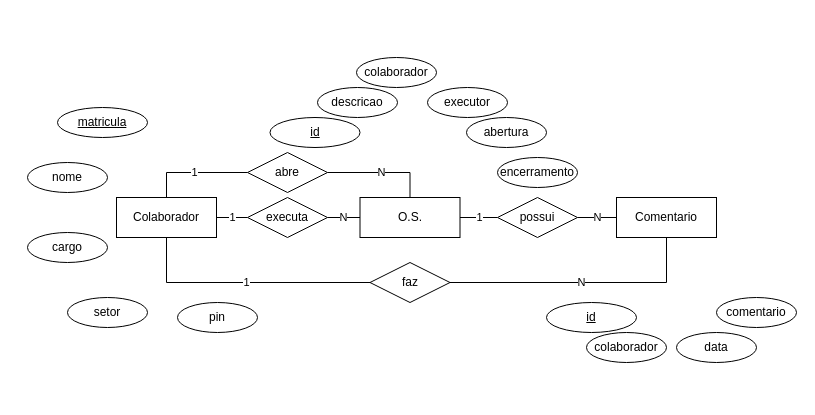
This is 3des/01-proj/aula15/os/docs/der-conceitual.drawio from Kcioban/DSFork, a draw.io file, before an edit. Source tidied: cells renumbered, new cells numbered last; positions are measured from the earlier drawing's top-left corner, leaving out a move shared by most shapes. Both pictures are drawn from the tidied source at 100%, with x=0, y=0 at pixel (27, 57).
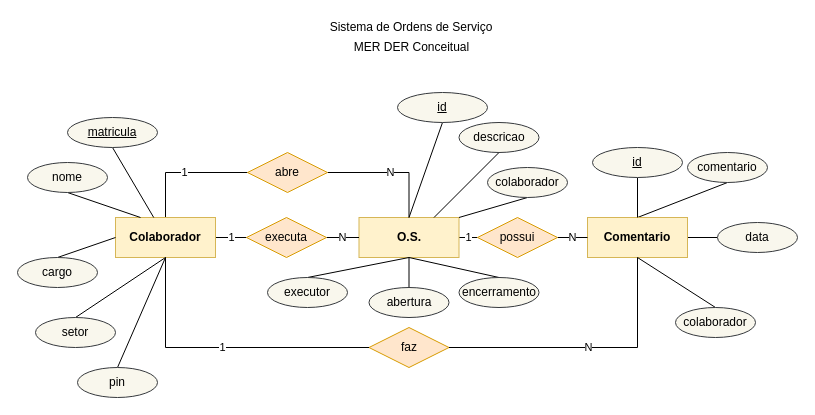
Above is the later version.

The edit, as a diff of the source:
```diff
@@
-    <mxCell id="4" value="Colaborador" style="whiteSpace=wrap;html=1;align=center;" parent="1" vertex="1">
-      <mxGeometry x="89" y="140" width="100" height="40" as="geometry" />
+    <mxCell id="4" value="Colaborador" style="whiteSpace=wrap;html=1;align=center;fillColor=#fff2cc;strokeColor=#d6b656;fontStyle=1;" parent="1" vertex="1">
+      <mxGeometry x="88" y="160" width="100" height="40" as="geometry" />
     </mxCell>
@@
-    <mxCell id="6" value="O.S." style="whiteSpace=wrap;html=1;align=center;" parent="1" vertex="1">
-      <mxGeometry x="332.5" y="140" width="100" height="40" as="geometry" />
+    <mxCell id="6" value="O.S." style="whiteSpace=wrap;html=1;align=center;fillColor=#fff2cc;strokeColor=#d6b656;fontStyle=1;" parent="1" vertex="1">
+      <mxGeometry x="331.5" y="160" width="100" height="40" as="geometry" />
     </mxCell>
+    <mxCell id="33" style="rounded=0;jettySize=auto;html=1;exitX=1;exitY=0.5;exitDx=0;exitDy=0;entryX=0;entryY=0.5;entryDx=0;entryDy=0;endArrow=none;endFill=0;" parent="1" edge="1" source="7" target="16">
+      <mxGeometry relative="1" as="geometry" />
+    </mxCell>
+    <mxCell id="34" style="rounded=0;jettySize=auto;html=1;exitX=0.5;exitY=0;exitDx=0;exitDy=0;entryX=0.5;entryY=1;entryDx=0;entryDy=0;endArrow=none;endFill=0;" parent="1" edge="1" source="7" target="17">
+      <mxGeometry relative="1" as="geometry" />
+    </mxCell>
-    <mxCell id="7" value="Comentario" style="whiteSpace=wrap;html=1;align=center;" parent="1" vertex="1">
-      <mxGeometry x="589" y="140" width="100" height="40" as="geometry" />
+    <mxCell id="7" value="Comentario" style="whiteSpace=wrap;html=1;align=center;fillColor=#fff2cc;strokeColor=#d6b656;fontStyle=1;" parent="1" vertex="1">
+      <mxGeometry x="560" y="160" width="100" height="40" as="geometry" />
     </mxCell>
+    <mxCell id="35" style="rounded=0;jettySize=auto;html=1;exitX=0.5;exitY=1;exitDx=0;exitDy=0;entryX=0.25;entryY=0;entryDx=0;entryDy=0;endArrow=none;endFill=0;" parent="1" edge="1" source="8" target="4">
+      <mxGeometry relative="1" as="geometry" />
+    </mxCell>
-    <mxCell id="8" value="nome" style="ellipse;whiteSpace=wrap;html=1;align=center;" parent="1" vertex="1">
+    <mxCell id="8" value="nome" style="ellipse;whiteSpace=wrap;html=1;align=center;fillColor=#f9f7ed;strokeColor=#36393d;" parent="1" vertex="1">
       <mxGeometry y="105" width="80" height="30" as="geometry" />
     </mxCell>
+    <mxCell id="36" style="rounded=0;jettySize=auto;html=1;exitX=0.5;exitY=1;exitDx=0;exitDy=0;endArrow=none;endFill=0;" parent="1" edge="1" source="9" target="4">
+      <mxGeometry relative="1" as="geometry" />
+    </mxCell>
-    <mxCell id="9" value="matricula" style="ellipse;whiteSpace=wrap;html=1;align=center;fontStyle=4;" parent="1" vertex="1">
-      <mxGeometry x="30" y="50" width="90" height="30" as="geometry" />
+    <mxCell id="9" value="matricula" style="ellipse;whiteSpace=wrap;html=1;align=center;fontStyle=4;fillColor=#f9f7ed;strokeColor=#36393d;" parent="1" vertex="1">
+      <mxGeometry x="40" y="60" width="90" height="30" as="geometry" />
     </mxCell>
+    <mxCell id="37" style="rounded=0;jettySize=auto;html=1;exitX=0.5;exitY=0;exitDx=0;exitDy=0;entryX=0;entryY=0.5;entryDx=0;entryDy=0;endArrow=none;endFill=0;" parent="1" edge="1" source="10" target="4">
+      <mxGeometry relative="1" as="geometry" />
+    </mxCell>
-    <mxCell id="10" value="cargo" style="ellipse;whiteSpace=wrap;html=1;align=center;" parent="1" vertex="1">
-      <mxGeometry y="175" width="80" height="30" as="geometry" />
+    <mxCell id="10" value="cargo" style="ellipse;whiteSpace=wrap;html=1;align=center;fillColor=#f9f7ed;strokeColor=#36393d;" parent="1" vertex="1">
+      <mxGeometry x="-10" y="200" width="80" height="30" as="geometry" />
     </mxCell>
@@
+    <mxCell id="38" style="rounded=0;jettySize=auto;html=1;exitX=0.5;exitY=0;exitDx=0;exitDy=0;entryX=0.5;entryY=1;entryDx=0;entryDy=0;endArrow=none;endFill=0;" parent="1" edge="1" source="12" target="4">
+      <mxGeometry relative="1" as="geometry" />
+    </mxCell>
-    <mxCell id="12" value="setor" style="ellipse;whiteSpace=wrap;html=1;align=center;" parent="1" vertex="1">
-      <mxGeometry x="40" y="240" width="80" height="30" as="geometry" />
+    <mxCell id="12" value="setor" style="ellipse;whiteSpace=wrap;html=1;align=center;fillColor=#f9f7ed;strokeColor=#36393d;" parent="1" vertex="1">
+      <mxGeometry x="8" y="260" width="80" height="30" as="geometry" />
     </mxCell>
+    <mxCell id="39" style="rounded=0;jettySize=auto;html=1;exitX=0.5;exitY=0;exitDx=0;exitDy=0;entryX=0.5;entryY=1;entryDx=0;entryDy=0;endArrow=none;endFill=0;" parent="1" edge="1" source="13" target="4">
+      <mxGeometry relative="1" as="geometry" />
+    </mxCell>
-    <mxCell id="13" value="pin" style="ellipse;whiteSpace=wrap;html=1;align=center;" parent="1" vertex="1">
-      <mxGeometry x="150" y="245" width="80" height="30" as="geometry" />
+    <mxCell id="13" value="pin" style="ellipse;whiteSpace=wrap;html=1;align=center;fillColor=#f9f7ed;strokeColor=#36393d;" parent="1" vertex="1">
+      <mxGeometry x="50" y="310" width="80" height="30" as="geometry" />
     </mxCell>
+    <mxCell id="40" style="rounded=0;jettySize=auto;html=1;exitX=0.5;exitY=0;exitDx=0;exitDy=0;entryX=0.5;entryY=1;entryDx=0;entryDy=0;endArrow=none;endFill=0;" parent="1" edge="1" source="14" target="7">
+      <mxGeometry relative="1" as="geometry" />
+    </mxCell>
-    <mxCell id="14" value="colaborador" style="ellipse;whiteSpace=wrap;html=1;align=center;" parent="1" vertex="1">
-      <mxGeometry x="559" y="275" width="80" height="30" as="geometry" />
+    <mxCell id="14" value="colaborador" style="ellipse;whiteSpace=wrap;html=1;align=center;fillColor=#f9f7ed;strokeColor=#36393d;" parent="1" vertex="1">
+      <mxGeometry x="648" y="250" width="80" height="30" as="geometry" />
     </mxCell>
+    <mxCell id="41" style="rounded=0;jettySize=auto;html=1;exitX=0.5;exitY=1;exitDx=0;exitDy=0;endArrow=none;endFill=0;" parent="1" edge="1" source="15" target="7">
+      <mxGeometry relative="1" as="geometry" />
+    </mxCell>
-    <mxCell id="15" value="id" style="ellipse;whiteSpace=wrap;html=1;align=center;fontStyle=4;" parent="1" vertex="1">
-      <mxGeometry x="519" y="245" width="90" height="30" as="geometry" />
+    <mxCell id="15" value="id" style="ellipse;whiteSpace=wrap;html=1;align=center;fontStyle=4;fillColor=#f9f7ed;strokeColor=#36393d;" parent="1" vertex="1">
+      <mxGeometry x="565" y="90" width="90" height="30" as="geometry" />
     </mxCell>
-    <mxCell id="16" value="data" style="ellipse;whiteSpace=wrap;html=1;align=center;" parent="1" vertex="1">
-      <mxGeometry x="649" y="275" width="80" height="30" as="geometry" />
+    <mxCell id="16" value="data" style="ellipse;whiteSpace=wrap;html=1;align=center;fillColor=#f9f7ed;strokeColor=#36393d;" parent="1" vertex="1">
+      <mxGeometry x="690" y="165" width="80" height="30" as="geometry" />
     </mxCell>
-    <mxCell id="17" value="comentario" style="ellipse;whiteSpace=wrap;html=1;align=center;" parent="1" vertex="1">
-      <mxGeometry x="689" y="240" width="80" height="30" as="geometry" />
+    <mxCell id="17" value="comentario" style="ellipse;whiteSpace=wrap;html=1;align=center;fillColor=#f9f7ed;strokeColor=#36393d;" parent="1" vertex="1">
+      <mxGeometry x="660" y="95" width="80" height="30" as="geometry" />
     </mxCell>
+    <mxCell id="42" style="rounded=0;jettySize=auto;html=1;exitX=0.5;exitY=1;exitDx=0;exitDy=0;entryX=0.5;entryY=0;entryDx=0;entryDy=0;endArrow=none;endFill=0;" parent="1" edge="1" source="18" target="6">
+      <mxGeometry relative="1" as="geometry" />
+    </mxCell>
-    <mxCell id="18" value="id" style="ellipse;whiteSpace=wrap;html=1;align=center;fontStyle=4;" parent="1" vertex="1">
-      <mxGeometry x="242.5" y="60" width="90" height="30" as="geometry" />
+    <mxCell id="18" value="id" style="ellipse;whiteSpace=wrap;html=1;align=center;fontStyle=4;fillColor=#f9f7ed;strokeColor=#36393d;" parent="1" vertex="1">
+      <mxGeometry x="370" y="35" width="90" height="30" as="geometry" />
     </mxCell>
+    <mxCell id="43" style="rounded=0;jettySize=auto;html=1;exitX=0.5;exitY=1;exitDx=0;exitDy=0;entryX=1;entryY=0;entryDx=0;entryDy=0;endArrow=none;endFill=0;" parent="1" edge="1" source="19" target="6">
+      <mxGeometry relative="1" as="geometry" />
+    </mxCell>
-    <mxCell id="19" value="colaborador" style="ellipse;whiteSpace=wrap;html=1;align=center;" parent="1" vertex="1">
-      <mxGeometry x="329" width="80" height="30" as="geometry" />
+    <mxCell id="19" value="colaborador" style="ellipse;whiteSpace=wrap;html=1;align=center;fillColor=#f9f7ed;strokeColor=#36393d;" parent="1" vertex="1">
+      <mxGeometry x="460" y="110" width="80" height="30" as="geometry" />
     </mxCell>
+    <mxCell id="44" style="rounded=0;jettySize=auto;html=1;exitX=0.5;exitY=0;exitDx=0;exitDy=0;entryX=0.5;entryY=1;entryDx=0;entryDy=0;endArrow=none;endFill=0;" parent="1" edge="1" source="20" target="6">
+      <mxGeometry relative="1" as="geometry" />
+    </mxCell>
-    <mxCell id="20" value="executor" style="ellipse;whiteSpace=wrap;html=1;align=center;" parent="1" vertex="1">
-      <mxGeometry x="400" y="30" width="80" height="30" as="geometry" />
+    <mxCell id="20" value="executor" style="ellipse;whiteSpace=wrap;html=1;align=center;fillColor=#f9f7ed;strokeColor=#36393d;" parent="1" vertex="1">
+      <mxGeometry x="240" y="220" width="80" height="30" as="geometry" />
     </mxCell>
+    <mxCell id="45" style="rounded=0;jettySize=auto;html=1;exitX=0.5;exitY=1;exitDx=0;exitDy=0;entryX=0.75;entryY=0;entryDx=0;entryDy=0;endArrow=none;endFill=0;" parent="1" edge="1" source="21" target="6">
+      <mxGeometry relative="1" as="geometry" />
+    </mxCell>
-    <mxCell id="21" value="descricao" style="ellipse;whiteSpace=wrap;html=1;align=center;" parent="1" vertex="1">
-      <mxGeometry x="290" y="30" width="80" height="30" as="geometry" />
+    <mxCell id="21" value="descricao" style="ellipse;whiteSpace=wrap;html=1;align=center;fillColor=#f9f7ed;strokeColor=#36393d;" parent="1" vertex="1">
+      <mxGeometry x="431.5" y="65" width="80" height="30" as="geometry" />
     </mxCell>
+    <mxCell id="46" style="rounded=0;jettySize=auto;html=1;exitX=0.5;exitY=0;exitDx=0;exitDy=0;entryX=0.5;entryY=1;entryDx=0;entryDy=0;endArrow=none;endFill=0;" parent="1" edge="1" source="22" target="6">
+      <mxGeometry relative="1" as="geometry" />
+    </mxCell>
-    <mxCell id="22" value="abertura" style="ellipse;whiteSpace=wrap;html=1;align=center;" parent="1" vertex="1">
-      <mxGeometry x="439" y="60" width="80" height="30" as="geometry" />
+    <mxCell id="22" value="abertura" style="ellipse;whiteSpace=wrap;html=1;align=center;fillColor=#f9f7ed;strokeColor=#36393d;" parent="1" vertex="1">
+      <mxGeometry x="341.5" y="230" width="80" height="30" as="geometry" />
     </mxCell>
+    <mxCell id="47" style="rounded=0;jettySize=auto;html=1;exitX=0.5;exitY=0;exitDx=0;exitDy=0;endArrow=none;endFill=0;entryX=0.5;entryY=1;entryDx=0;entryDy=0;" parent="1" edge="1" source="23" target="6">
+      <mxGeometry relative="1" as="geometry" />
+    </mxCell>
-    <mxCell id="23" value="encerramento" style="ellipse;whiteSpace=wrap;html=1;align=center;" parent="1" vertex="1">
-      <mxGeometry x="470" y="100" width="80" height="30" as="geometry" />
+    <mxCell id="23" value="encerramento" style="ellipse;whiteSpace=wrap;html=1;align=center;fillColor=#f9f7ed;strokeColor=#36393d;" parent="1" vertex="1">
+      <mxGeometry x="431.5" y="220" width="80" height="30" as="geometry" />
     </mxCell>
@@
-    <mxCell id="25" value="abre" style="shape=rhombus;perimeter=rhombusPerimeter;whiteSpace=wrap;html=1;align=center;" parent="1" vertex="1">
+    <mxCell id="25" value="abre" style="shape=rhombus;perimeter=rhombusPerimeter;whiteSpace=wrap;html=1;align=center;fillColor=#ffe6cc;strokeColor=#d79b00;" parent="1" vertex="1">
       <mxGeometry x="220" y="95" width="80" height="40" as="geometry" />
     </mxCell>
@@
-    <mxCell id="27" value="executa" style="shape=rhombus;perimeter=rhombusPerimeter;whiteSpace=wrap;html=1;align=center;" parent="1" vertex="1">
-      <mxGeometry x="220" y="140" width="80" height="40" as="geometry" />
+    <mxCell id="27" value="executa" style="shape=rhombus;perimeter=rhombusPerimeter;whiteSpace=wrap;html=1;align=center;fillColor=#ffe6cc;strokeColor=#d79b00;" parent="1" vertex="1">
+      <mxGeometry x="219" y="160" width="80" height="40" as="geometry" />
     </mxCell>
@@
-    <mxCell id="30" value="faz" style="shape=rhombus;perimeter=rhombusPerimeter;whiteSpace=wrap;html=1;align=center;" parent="1" vertex="1">
-      <mxGeometry x="342.5" y="205" width="80" height="40" as="geometry" />
+    <mxCell id="30" value="faz" style="shape=rhombus;perimeter=rhombusPerimeter;whiteSpace=wrap;html=1;align=center;fillColor=#ffe6cc;strokeColor=#d79b00;" parent="1" vertex="1">
+      <mxGeometry x="341.5" y="270" width="80" height="40" as="geometry" />
     </mxCell>
@@
-    <mxCell id="32" value="possui" style="shape=rhombus;perimeter=rhombusPerimeter;whiteSpace=wrap;html=1;align=center;" parent="1" vertex="1">
-      <mxGeometry x="470" y="140" width="80" height="40" as="geometry" />
+    <mxCell id="32" value="possui" style="shape=rhombus;perimeter=rhombusPerimeter;whiteSpace=wrap;html=1;align=center;fillColor=#ffe6cc;strokeColor=#d79b00;" parent="1" vertex="1">
+      <mxGeometry x="450" y="160" width="80" height="40" as="geometry" />
     </mxCell>
+    <mxCell id="48" value="MER DER Conceitual" style="text;html=1;strokeColor=none;fillColor=none;align=center;verticalAlign=middle;whiteSpace=wrap;rounded=0;" parent="1" vertex="1">
+      <mxGeometry x="314.8" y="-20" width="138.5" height="20" as="geometry" />
+    </mxCell>
+    <mxCell id="49" value="Sistema de Ordens de Serviço" style="text;html=1;strokeColor=none;fillColor=none;align=center;verticalAlign=middle;whiteSpace=wrap;rounded=0;" parent="1" vertex="1">
+      <mxGeometry x="289" y="-40" width="190" height="20" as="geometry" />
+    </mxCell>
```
